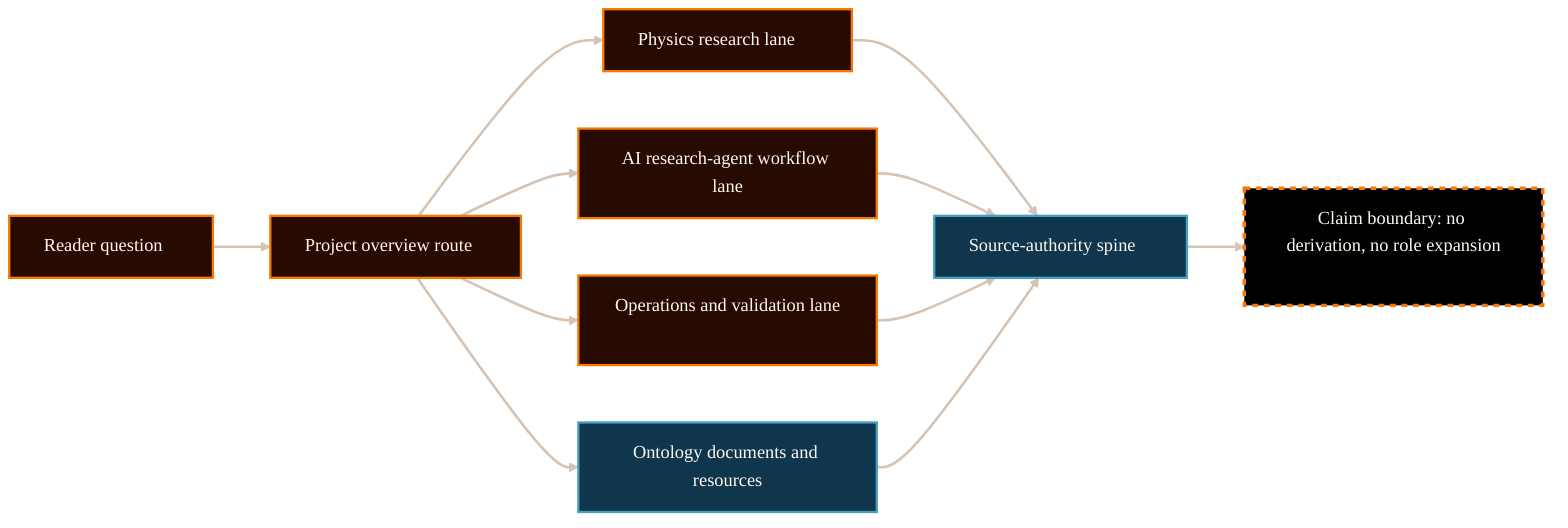
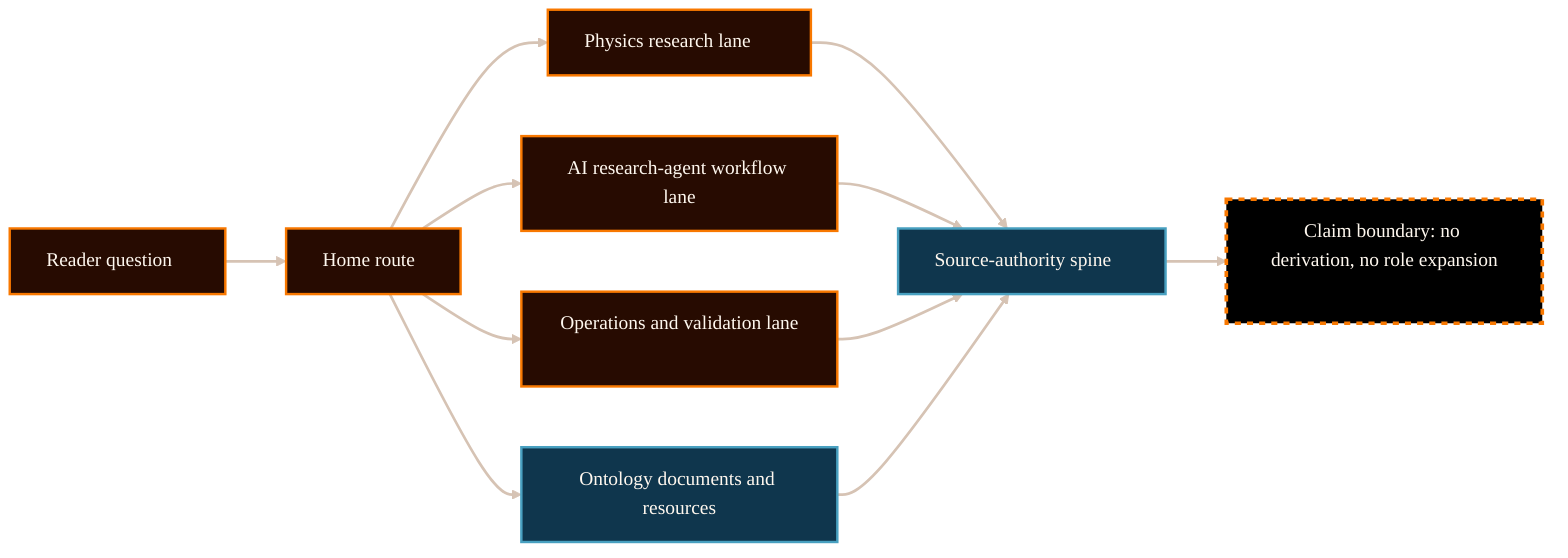
---
config:
  theme: base
  themeVariables:
    darkMode: true
    background: "#000000"
    primaryColor: "#050403"
    primaryTextColor: "#fff8ef"
    primaryBorderColor: "#d6c3b4"
    lineColor: "#d6c3b4"
    fontFamily: "Inter, ui-sans-serif, system-ui, -apple-system, BlinkMacSystemFont, Segoe UI, sans-serif"
    fontSize: "16px"
    clusterBkg: "#080401"
    clusterBorder: "#d6c3b4"
    edgeLabelBackground: "#000000"
---

flowchart LR
  Reader["Reader question"]
-   Overview["Project overview route"]
+   Overview["Home route"]
  Source["Source-authority spine"]
  Physics["Physics research lane"]
  AI["AI research-agent workflow lane"]
  Operations["Operations and validation lane"]
  Documents["Ontology documents and resources"]
  Boundary["Claim boundary: no derivation, no role expansion"]

  Reader --> Overview
  Overview --> Physics
  Overview --> AI
  Overview --> Operations
  Overview --> Documents
  Physics --> Source
  AI --> Source
  Operations --> Source
  Documents --> Source
  Source --> Boundary

  classDef default fill:#050403,stroke:#d6c3b4,color:#fff8ef,stroke-width:1.5px;
  classDef source fill:#0f364d,stroke:#48a0c0,color:#fff8ef,stroke-width:2px;
  classDef control fill:#270b01,stroke:#f87800,color:#fff8ef,stroke-width:2px;
  classDef bridge fill:#164964,stroke:#f4d6a1,color:#fff8ef,stroke-width:2px;
  classDef decision fill:#702000,stroke:#f87800,color:#fff8ef,stroke-width:2.25px;
  classDef target fill:#2d7ea0,stroke:#f4d6a1,color:#ffffff,stroke-width:2px;
  classDef success fill:#164964,stroke:#48a0c0,color:#fff8ef,stroke-width:2px;
  classDef risk fill:#702000,stroke:#f87800,color:#fff8ef,stroke-width:2px,stroke-dasharray: 5 5;
  classDef boundary fill:#000000,stroke:#f87800,color:#fff8ef,stroke-width:3px,stroke-dasharray: 5 5;
  classDef external fill:#080401,stroke:#f4d6a1,color:#fff8ef,stroke-width:2px;

  class Boundary boundary;
  class AI,Operations,Overview,Physics,Reader control;
  class Documents,Source source;

  linkStyle default stroke:#d6c3b4,stroke-width:2.25px;
